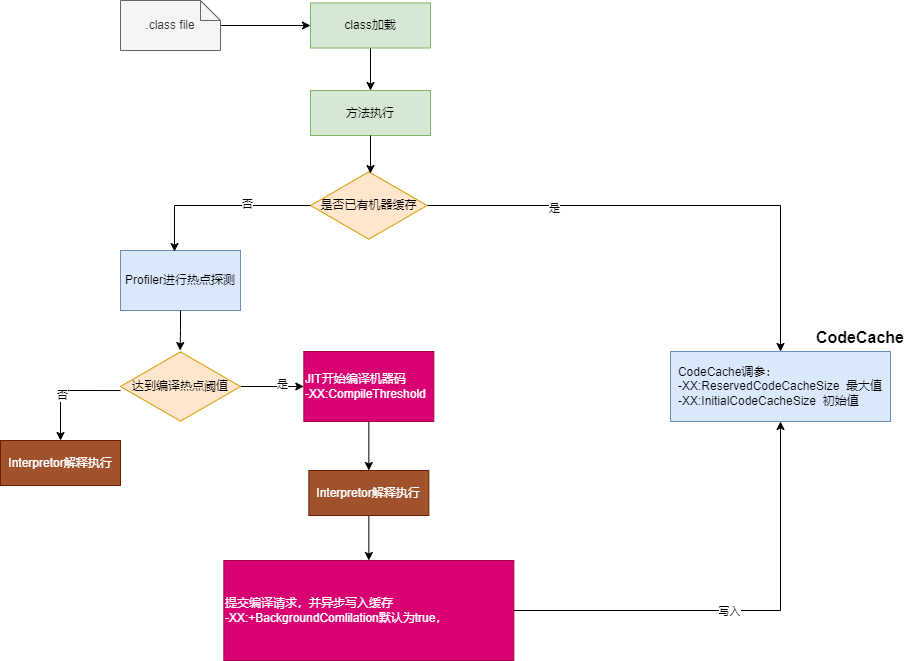
Earlier version of the draw.io export jit即时编译.drawio.png (lyflexi/draw.io-online). Source tidied: cells renumbered, new cells last; positions are measured from the earlier drawing's top-left corner, leaving out a move shared by most shapes.
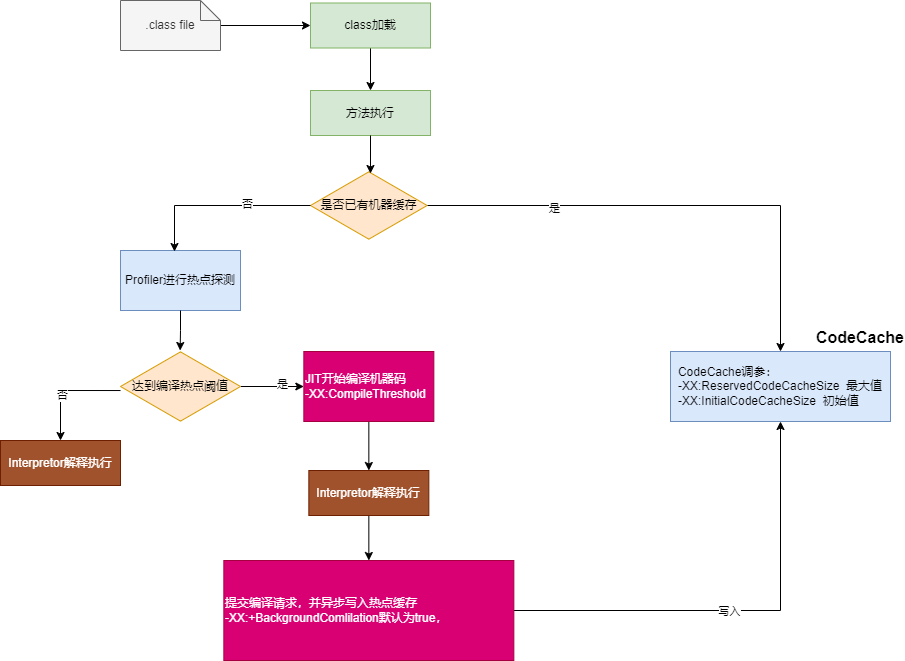
After the change.

Commit message:
更新jit即时编译.drawio.png

Diff of the diagram source:
```diff
@@ -85,7 +85,7 @@
         <mxPoint y="1" as="offset" />
       </mxGeometry>
     </mxCell>
-    <mxCell id="29" value="提交编译请求，并异步写入缓存&lt;br&gt;-XX:+BackgroundComlilation默认为true，" style="rounded=0;whiteSpace=wrap;html=1;fillColor=#d80073;strokeColor=#A50040;fontColor=#ffffff;align=left;" parent="1" vertex="1">
+    <mxCell id="29" value="提交编译请求，并异步写入热点缓存&lt;br&gt;-XX:+BackgroundComlilation默认为true，" style="rounded=0;whiteSpace=wrap;html=1;fillColor=#d80073;strokeColor=#A50040;fontColor=#ffffff;align=left;" parent="1" vertex="1">
       <mxGeometry x="223.3" y="560" width="290" height="100" as="geometry" />
     </mxCell>
   </root>
```
